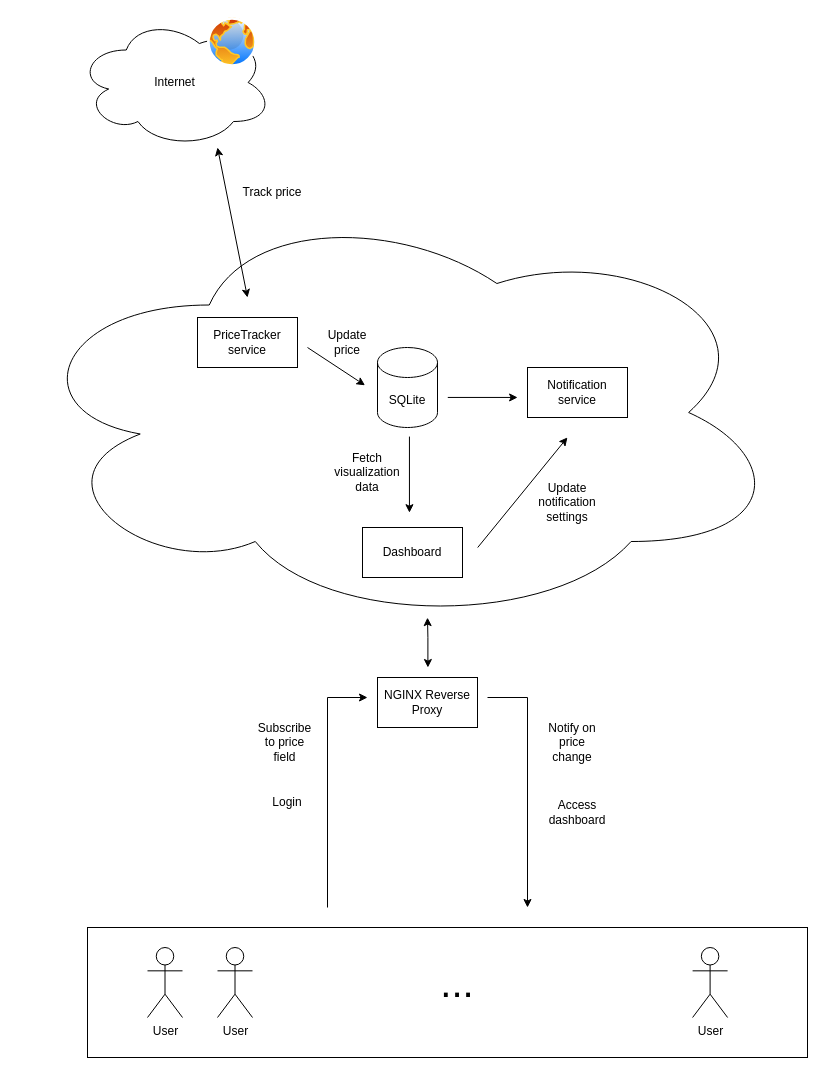
mduschek/PriceTracker keeps this draw.io diagram as concept.drawio. Above is the earlier version. Source tidied: cells renumbered, new cells numbered last; positions are measured from the earlier drawing's top-left corner, leaving out a move shared by most shapes. Both pictures are drawn from the tidied source at 100%, with x=0, y=0 at pixel (17, 17).
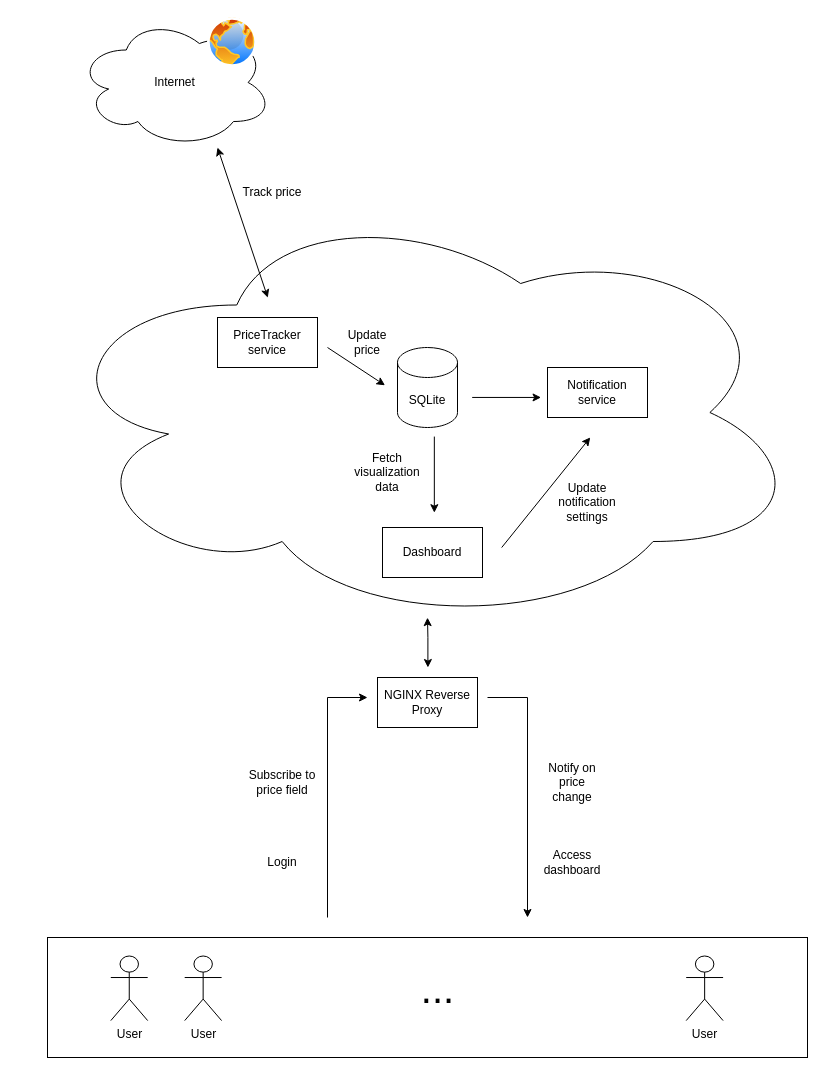
The same page after the edit.

Commit message (it also covers changes not shown here):
prettified concept sketch and added png

The edit, as a diff of the source:
```diff
@@
     <mxCell id="2" style="ellipse;shape=cloud;whiteSpace=wrap;html=1;" parent="1" vertex="1">
-      <mxGeometry y="180" width="767" height="430" as="geometry" />
+      <mxGeometry x="30" y="180" width="757" height="430" as="geometry" />
     </mxCell>
     <mxCell id="3" style="endArrow=classic;html=1;rounded=0;startArrow=none;startFill=0;" parent="1" edge="1">
       <mxGeometry relative="1" as="geometry">
-        <mxPoint x="310" y="890" as="sourcePoint" />
+        <mxPoint x="310" y="900" as="sourcePoint" />
         <mxPoint x="350" y="680" as="targetPoint" />
         <Array as="points">
           <mxPoint x="310" y="680" />
         </Array>
       </mxGeometry>
     </mxCell>
     <mxCell id="4" value="Subscribe to price field" style="text;html=1;strokeColor=none;fillColor=none;align=center;verticalAlign=middle;whiteSpace=wrap;rounded=0;rotation=0;" parent="1" vertex="1">
-      <mxGeometry x="240" y="710" width="55" height="30" as="geometry" />
+      <mxGeometry x="230" y="750" width="70" height="30" as="geometry" />
     </mxCell>
     <mxCell id="5" style="endArrow=classic;html=1;rounded=0;startArrow=none;startFill=0;" parent="1" edge="1">
       <mxGeometry relative="1" as="geometry">
         <mxPoint x="470" y="680" as="sourcePoint" />
-        <mxPoint x="510" y="890" as="targetPoint" />
+        <mxPoint x="510" y="900" as="targetPoint" />
         <Array as="points">
           <mxPoint x="510" y="680" />
         </Array>
       </mxGeometry>
     </mxCell>
     <mxCell id="6" value="Notify on price change" style="text;html=1;strokeColor=none;fillColor=none;align=center;verticalAlign=middle;whiteSpace=wrap;rounded=0;" parent="1" vertex="1">
-      <mxGeometry x="520" y="710" width="70" height="30" as="geometry" />
+      <mxGeometry x="520" y="750" width="70" height="30" as="geometry" />
     </mxCell>
@@
-    <mxCell id="10" style="endArrow=classic;startArrow=classic;html=1;rounded=0;" parent="1" edge="1">
+    <mxCell id="10" style="endArrow=classic;startArrow=classic;html=1;rounded=0;exitX=0.291;exitY=0.233;exitDx=0;exitDy=0;exitPerimeter=0;" parent="1" edge="1" source="2">
       <mxGeometry relative="1" as="geometry">
-        <mxPoint x="230" y="280" as="sourcePoint" />
         <mxPoint x="200" y="130" as="targetPoint" />
       </mxGeometry>
     </mxCell>
@@
     <mxCell id="13" value="Login" style="text;html=1;strokeColor=none;fillColor=none;align=center;verticalAlign=middle;whiteSpace=wrap;rounded=0;" parent="1" vertex="1">
-      <mxGeometry x="240" y="770" width="60" height="30" as="geometry" />
+      <mxGeometry x="230" y="830" width="70" height="30" as="geometry" />
     </mxCell>
     <mxCell id="14" value="Access dashboard" style="text;html=1;strokeColor=none;fillColor=none;align=center;verticalAlign=middle;whiteSpace=wrap;rounded=0;" parent="1" vertex="1">
-      <mxGeometry x="530" y="780" width="60" height="30" as="geometry" />
+      <mxGeometry x="520" y="830" width="70" height="30" as="geometry" />
     </mxCell>
     <mxCell id="15" style="group;" parent="1" vertex="1">
-      <mxGeometry x="70" y="910" width="720" height="130" as="geometry" />
+      <mxGeometry x="30" y="920" width="760" height="120" as="geometry" />
     </mxCell>
     <mxCell id="16" style="rounded=0;whiteSpace=wrap;html=1;" parent="15" vertex="1">
-      <mxGeometry width="720" height="130" as="geometry" />
+      <mxGeometry width="760" height="120" as="geometry" />
     </mxCell>
     <mxCell id="17" value="User" style="shape=umlActor;verticalLabelPosition=bottom;verticalAlign=top;html=1;" parent="15" vertex="1">
-      <mxGeometry x="60" y="20" width="35" height="70" as="geometry" />
+      <mxGeometry x="63.3" y="18.5" width="36.9" height="64.6" as="geometry" />
     </mxCell>
     <mxCell id="18" value="User" style="shape=umlActor;verticalLabelPosition=bottom;verticalAlign=top;html=1;" parent="15" vertex="1">
-      <mxGeometry x="130" y="20" width="35" height="70" as="geometry" />
+      <mxGeometry x="137.2" y="18.5" width="36.9" height="64.6" as="geometry" />
     </mxCell>
     <mxCell id="19" value="User" style="shape=umlActor;verticalLabelPosition=bottom;verticalAlign=top;html=1;" parent="15" vertex="1">
-      <mxGeometry x="605.1" y="20" width="35" height="70" as="geometry" />
+      <mxGeometry x="638.7" y="18.5" width="36.9" height="64.6" as="geometry" />
     </mxCell>
     <mxCell id="20" value="&lt;font style=&quot;font-size: 40px;&quot;&gt;...&lt;/font&gt;" style="text;html=1;strokeColor=none;fillColor=none;align=center;verticalAlign=middle;whiteSpace=wrap;rounded=0;" parent="15" vertex="1">
-      <mxGeometry x="340" y="40" width="60" height="30" as="geometry" />
+      <mxGeometry x="358.9" y="36.9" width="63.3" height="27.7" as="geometry" />
     </mxCell>
     <mxCell id="21" style="group;" parent="1" vertex="1">
-      <mxGeometry x="180" y="300" width="430" height="260" as="geometry" />
+      <mxGeometry x="200" y="300" width="430" height="260" as="geometry" />
     </mxCell>
```
